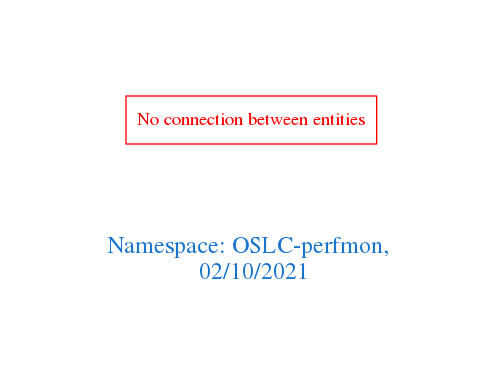
arago/OGIT keeps this Graphviz diagram as downloads/OSLC-perfmon.png. Above is the earlier version. Its source is kept beside it as downloads/OSLC-perfmon.dot.
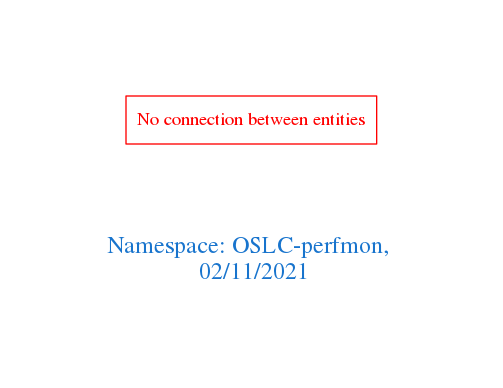
Later version of the same file.

The edit, as a diff of the source:
```diff
@@ -1,7 +1,7 @@
 digraph OGIT_ontology {
  graph [ rankdir= LR,pad=1
 fontsize = 18,
-fontcolor= dodgerblue3,label = "\n\n\nNamespace: OSLC-perfmon, \n 02/10/2021"];
+fontcolor= dodgerblue3,label = "\n\n\nNamespace: OSLC-perfmon, \n 02/11/2021"];
 node[shape=polygon];
 edge [  color="gray81"];
 
```
